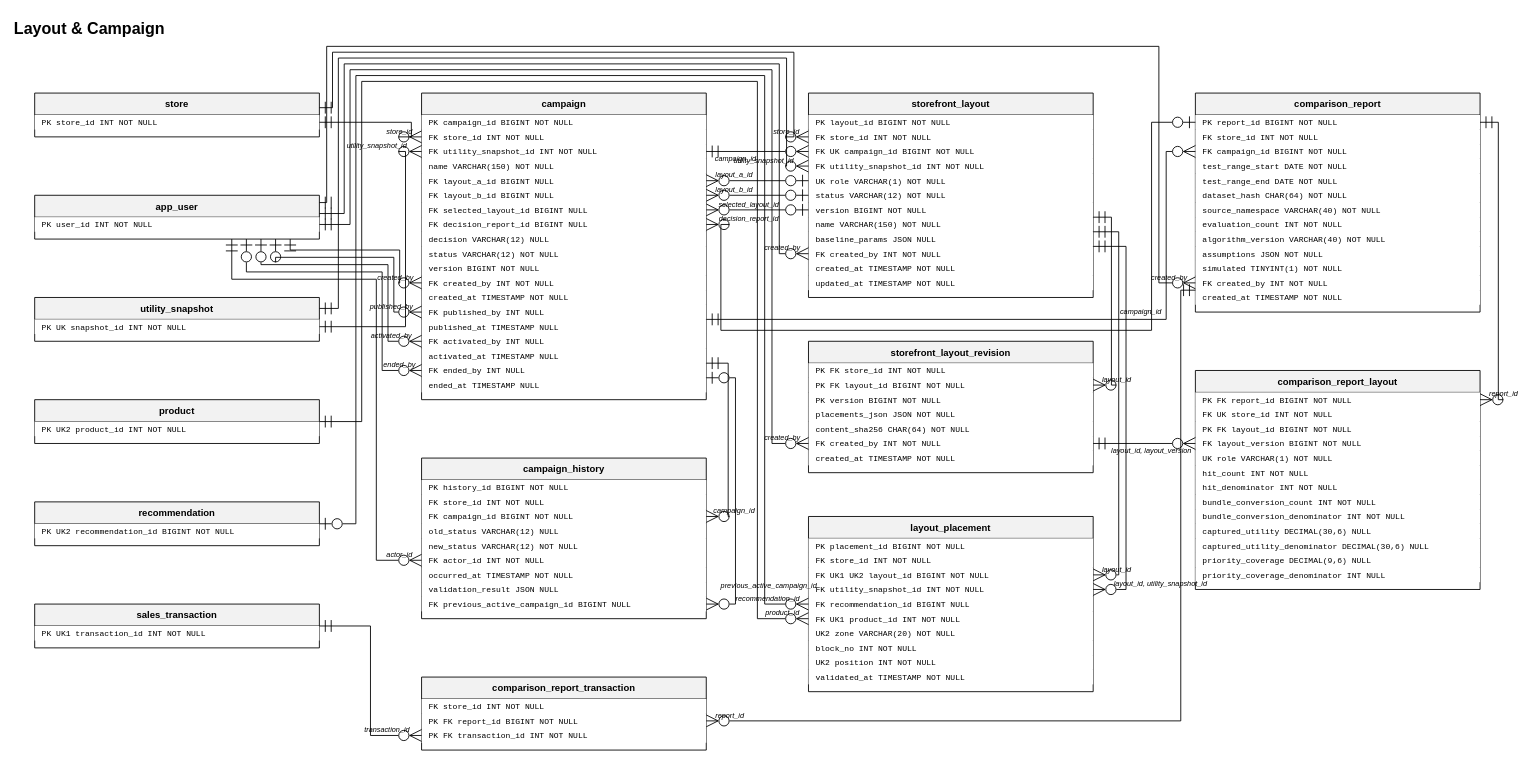
The draw.io diagram page "Layout & Campaign" (9 of 9) of docs/diagrams/PASPM_ERD_V1_V30.drawio in PhanHoangDuy61/CP_FA26_PASPM_BE, before the edit. Source tidied: cells renumbered, new cells numbered last; positions are measured from the earlier drawing's top-left corner, leaving out a move shared by most shapes. Both pictures are drawn from the tidied source at 73%, with x=0, y=0 at pixel (12, 12).
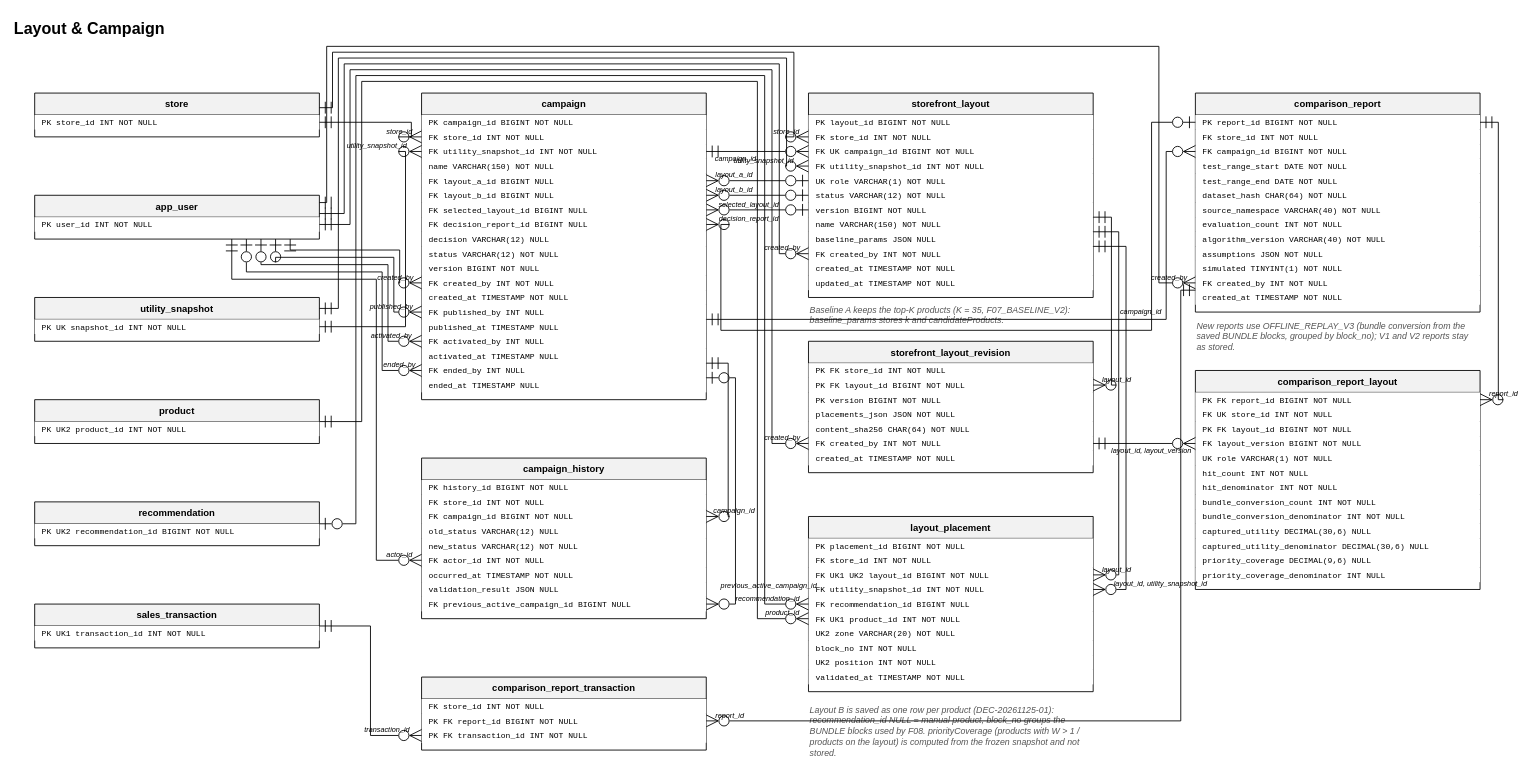
The same diagram, later.

Commit message (it also covers changes not shown here):
docs(diagrams): F07/F08 per-product Layout B, top-K baseline and priority coverage (ROC-20261126-006)

What changed in the source:
```diff
@@
+    <mxCell id="167" value="Layout B is saved as one row per product (DEC-20261125-01): recommendation_id NULL = manual product, block_no groups the BUNDLE blocks used by F08. priorityCoverage (products with W &gt; 1 / products on the layout) is computed from the frozen snapshot and not stored." style="text;html=1;strokeColor=none;fillColor=none;align=left;verticalAlign=top;whiteSpace=wrap;fontFamily=Arial;fontSize=12;fontStyle=2;fontColor=#555555;" parent="1" vertex="1">
+      <mxGeometry x="1090" y="942" width="390" height="80" as="geometry" />
+    </mxCell>
+    <mxCell id="168" value="Baseline A keeps the top-K products (K = 35, F07_BASELINE_V2): baseline_params stores k and candidateProducts." style="text;html=1;strokeColor=none;fillColor=none;align=left;verticalAlign=top;whiteSpace=wrap;fontFamily=Arial;fontSize=12;fontStyle=2;fontColor=#555555;" parent="1" vertex="1">
+      <mxGeometry x="1090" y="394" width="390" height="48" as="geometry" />
+    </mxCell>
+    <mxCell id="169" value="New reports use OFFLINE_REPLAY_V3 (bundle conversion from the saved BUNDLE blocks, grouped by block_no); V1 and V2 reports stay as stored." style="text;html=1;strokeColor=none;fillColor=none;align=left;verticalAlign=top;whiteSpace=wrap;fontFamily=Arial;fontSize=12;fontStyle=2;fontColor=#555555;" parent="1" vertex="1">
+      <mxGeometry x="1620" y="416" width="390" height="60" as="geometry" />
+    </mxCell>
```
